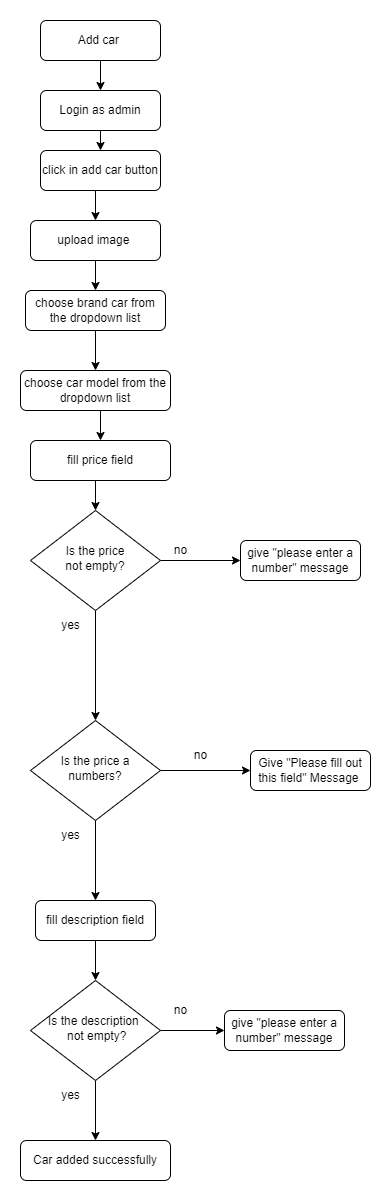
Earlier version of the draw.io export 3- Design/Low-Level-Design/Flow Charts/add car.png (beshoysamehsamaan/Car-Purchasing-App). Source tidied: cells renumbered, new cells last; positions are measured from the earlier drawing's top-left corner, leaving out a move shared by most shapes. Source of this version:
```xml
<mxGraphModel>
  <root>
    <mxCell id="0" />
    <mxCell id="1" parent="0" />
    <mxCell id="2" style="edgeStyle=orthogonalEdgeStyle;rounded=0;jettySize=auto;html=1;exitX=0.5;exitY=1;exitDx=0;exitDy=0;entryX=0.5;entryY=0;entryDx=0;entryDy=0;" parent="1" edge="1" source="3" target="7">
      <mxGeometry relative="1" as="geometry" />
    </mxCell>
    <mxCell id="3" value="Login as admin" style="rounded=1;whiteSpace=wrap;html=1;fontSize=12;glass=0;strokeWidth=1;shadow=0;" parent="1" vertex="1">
      <mxGeometry x="20" y="70" width="120" height="40" as="geometry" />
    </mxCell>
    <mxCell id="4" style="edgeStyle=orthogonalEdgeStyle;rounded=0;jettySize=auto;html=1;exitX=0.5;exitY=1;exitDx=0;exitDy=0;entryX=0.5;entryY=0;entryDx=0;entryDy=0;" parent="1" edge="1" source="5" target="3">
      <mxGeometry relative="1" as="geometry" />
    </mxCell>
    <mxCell id="5" value="Add car&amp;nbsp;" style="rounded=1;whiteSpace=wrap;html=1;fontSize=12;glass=0;strokeWidth=1;shadow=0;" parent="1" vertex="1">
      <mxGeometry x="20" width="120" height="40" as="geometry" />
    </mxCell>
    <mxCell id="6" style="edgeStyle=orthogonalEdgeStyle;rounded=0;jettySize=auto;html=1;exitX=0.5;exitY=1;exitDx=0;exitDy=0;entryX=0.5;entryY=0;entryDx=0;entryDy=0;" parent="1" edge="1" source="7" target="9">
      <mxGeometry relative="1" as="geometry" />
    </mxCell>
    <mxCell id="7" value="click in add car button" style="rounded=1;whiteSpace=wrap;html=1;fontSize=12;glass=0;strokeWidth=1;shadow=0;" parent="1" vertex="1">
      <mxGeometry x="20" y="130" width="120" height="40" as="geometry" />
    </mxCell>
    <mxCell id="8" style="edgeStyle=orthogonalEdgeStyle;rounded=0;jettySize=auto;html=1;exitX=0.5;exitY=1;exitDx=0;exitDy=0;" parent="1" edge="1" source="9" target="11">
      <mxGeometry relative="1" as="geometry" />
    </mxCell>
    <mxCell id="9" value="upload image&amp;nbsp;" style="rounded=1;whiteSpace=wrap;html=1;fontSize=12;glass=0;strokeWidth=1;shadow=0;" parent="1" vertex="1">
      <mxGeometry x="10" y="200" width="130" height="40" as="geometry" />
    </mxCell>
    <mxCell id="10" style="edgeStyle=orthogonalEdgeStyle;rounded=0;jettySize=auto;html=1;exitX=0.5;exitY=1;exitDx=0;exitDy=0;" parent="1" edge="1" source="11" target="13">
      <mxGeometry relative="1" as="geometry" />
    </mxCell>
    <mxCell id="11" value="choose brand car from the dropdown list" style="rounded=1;whiteSpace=wrap;html=1;fontSize=12;glass=0;strokeWidth=1;shadow=0;" parent="1" vertex="1">
      <mxGeometry x="5" y="270" width="140" height="40" as="geometry" />
    </mxCell>
    <mxCell id="12" style="edgeStyle=orthogonalEdgeStyle;rounded=0;jettySize=auto;html=1;exitX=0.5;exitY=1;exitDx=0;exitDy=0;entryX=0.5;entryY=0;entryDx=0;entryDy=0;" parent="1" edge="1" source="13" target="18">
      <mxGeometry relative="1" as="geometry" />
    </mxCell>
    <mxCell id="13" value="choose car model from the dropdown list" style="rounded=1;whiteSpace=wrap;html=1;fontSize=12;glass=0;strokeWidth=1;shadow=0;" parent="1" vertex="1">
      <mxGeometry y="350" width="150" height="40" as="geometry" />
    </mxCell>
    <mxCell id="14" style="edgeStyle=orthogonalEdgeStyle;rounded=0;jettySize=auto;html=1;exitX=0.5;exitY=1;exitDx=0;exitDy=0;entryX=0.5;entryY=0;entryDx=0;entryDy=0;" parent="1" edge="1" source="16" target="28">
      <mxGeometry relative="1" as="geometry" />
    </mxCell>
    <mxCell id="15" style="edgeStyle=orthogonalEdgeStyle;rounded=0;jettySize=auto;html=1;exitX=1;exitY=0.5;exitDx=0;exitDy=0;entryX=0;entryY=0.5;entryDx=0;entryDy=0;" parent="1" edge="1" source="16" target="32">
      <mxGeometry relative="1" as="geometry" />
    </mxCell>
    <mxCell id="16" value="Is the price not&amp;nbsp;empty?" style="rhombus;whiteSpace=wrap;html=1;shadow=0;fontFamily=Helvetica;fontSize=12;align=center;strokeWidth=1;spacing=6;spacingTop=-4;" parent="1" vertex="1">
      <mxGeometry x="10" y="490" width="130" height="100" as="geometry" />
    </mxCell>
    <mxCell id="17" style="edgeStyle=orthogonalEdgeStyle;rounded=0;jettySize=auto;html=1;exitX=0.5;exitY=1;exitDx=0;exitDy=0;entryX=0.5;entryY=0;entryDx=0;entryDy=0;" parent="1" edge="1" source="18" target="16">
      <mxGeometry relative="1" as="geometry" />
    </mxCell>
    <mxCell id="18" value="fill price field" style="rounded=1;whiteSpace=wrap;html=1;fontSize=12;glass=0;strokeWidth=1;shadow=0;" parent="1" vertex="1">
      <mxGeometry x="10" y="420" width="140" height="40" as="geometry" />
    </mxCell>
    <mxCell id="19" style="edgeStyle=orthogonalEdgeStyle;rounded=0;jettySize=auto;html=1;exitX=0.5;exitY=1;exitDx=0;exitDy=0;entryX=0.5;entryY=0;entryDx=0;entryDy=0;" parent="1" edge="1" source="20" target="24">
      <mxGeometry relative="1" as="geometry" />
    </mxCell>
    <mxCell id="20" value="fill description field" style="rounded=1;whiteSpace=wrap;html=1;fontSize=12;glass=0;strokeWidth=1;shadow=0;" parent="1" vertex="1">
      <mxGeometry x="15" y="880" width="120" height="40" as="geometry" />
    </mxCell>
    <mxCell id="21" value="yes" style="text;html=1;align=center;verticalAlign=middle;strokeColor=none;fillColor=none;" parent="1" vertex="1">
      <mxGeometry x="30" y="590" width="40" height="30" as="geometry" />
    </mxCell>
    <mxCell id="22" style="edgeStyle=orthogonalEdgeStyle;rounded=0;jettySize=auto;html=1;exitX=1;exitY=0.5;exitDx=0;exitDy=0;entryX=0;entryY=0.5;entryDx=0;entryDy=0;" parent="1" edge="1" source="24" target="34">
      <mxGeometry relative="1" as="geometry" />
    </mxCell>
    <mxCell id="23" style="edgeStyle=orthogonalEdgeStyle;rounded=0;jettySize=auto;html=1;exitX=0.5;exitY=1;exitDx=0;exitDy=0;entryX=0.5;entryY=0;entryDx=0;entryDy=0;" parent="1" edge="1" source="24" target="25">
      <mxGeometry relative="1" as="geometry" />
    </mxCell>
    <mxCell id="24" value="Is the description&amp;nbsp;&lt;br&gt;&amp;nbsp;not&amp;nbsp;empty?" style="rhombus;whiteSpace=wrap;html=1;shadow=0;fontFamily=Helvetica;fontSize=12;align=center;strokeWidth=1;spacing=6;spacingTop=-4;" parent="1" vertex="1">
      <mxGeometry x="10" y="960" width="130" height="100" as="geometry" />
    </mxCell>
    <mxCell id="25" value="Car added successfully" style="rounded=1;whiteSpace=wrap;html=1;fontSize=12;glass=0;strokeWidth=1;shadow=0;" parent="1" vertex="1">
      <mxGeometry y="1120" width="150" height="40" as="geometry" />
    </mxCell>
    <mxCell id="26" style="edgeStyle=orthogonalEdgeStyle;rounded=0;jettySize=auto;html=1;exitX=0.5;exitY=1;exitDx=0;exitDy=0;entryX=0.5;entryY=0;entryDx=0;entryDy=0;" parent="1" edge="1" source="28" target="20">
      <mxGeometry relative="1" as="geometry" />
    </mxCell>
    <mxCell id="27" style="edgeStyle=orthogonalEdgeStyle;rounded=0;jettySize=auto;html=1;exitX=1;exitY=0.5;exitDx=0;exitDy=0;entryX=0;entryY=0.5;entryDx=0;entryDy=0;" parent="1" edge="1" source="28" target="30">
      <mxGeometry relative="1" as="geometry" />
    </mxCell>
    <mxCell id="28" value="Is the price a numbers?" style="rhombus;whiteSpace=wrap;html=1;shadow=0;fontFamily=Helvetica;fontSize=12;align=center;strokeWidth=1;spacing=6;spacingTop=-4;" parent="1" vertex="1">
      <mxGeometry x="10" y="700" width="130" height="100" as="geometry" />
    </mxCell>
    <mxCell id="29" value="yes" style="text;html=1;align=center;verticalAlign=middle;strokeColor=none;fillColor=none;" parent="1" vertex="1">
      <mxGeometry x="30" y="800" width="40" height="30" as="geometry" />
    </mxCell>
    <mxCell id="30" value="Give &quot;Please fill out this field&quot; Message&amp;nbsp;" style="rounded=1;whiteSpace=wrap;html=1;fontSize=12;glass=0;strokeWidth=1;shadow=0;" parent="1" vertex="1">
      <mxGeometry x="230" y="730" width="120" height="40" as="geometry" />
    </mxCell>
    <mxCell id="31" value="no" style="text;html=1;align=center;verticalAlign=middle;strokeColor=none;fillColor=none;" parent="1" vertex="1">
      <mxGeometry x="160" y="720" width="40" height="30" as="geometry" />
    </mxCell>
    <mxCell id="32" value="give &quot;please enter a number&quot; message" style="rounded=1;whiteSpace=wrap;html=1;fontSize=12;glass=0;strokeWidth=1;shadow=0;" parent="1" vertex="1">
      <mxGeometry x="220" y="520" width="120" height="40" as="geometry" />
    </mxCell>
    <mxCell id="33" value="no" style="text;html=1;align=center;verticalAlign=middle;strokeColor=none;fillColor=none;" parent="1" vertex="1">
      <mxGeometry x="140" y="515" width="40" height="30" as="geometry" />
    </mxCell>
    <mxCell id="34" value="give &quot;please enter a number&quot; message" style="rounded=1;whiteSpace=wrap;html=1;fontSize=12;glass=0;strokeWidth=1;shadow=0;" parent="1" vertex="1">
      <mxGeometry x="204" y="990" width="120" height="40" as="geometry" />
    </mxCell>
    <mxCell id="35" value="no" style="text;html=1;align=center;verticalAlign=middle;strokeColor=none;fillColor=none;" parent="1" vertex="1">
      <mxGeometry x="140" y="975" width="40" height="30" as="geometry" />
    </mxCell>
    <mxCell id="36" value="yes" style="text;html=1;align=center;verticalAlign=middle;strokeColor=none;fillColor=none;" parent="1" vertex="1">
      <mxGeometry x="30" y="1060" width="40" height="30" as="geometry" />
    </mxCell>
  </root>
</mxGraphModel>
```
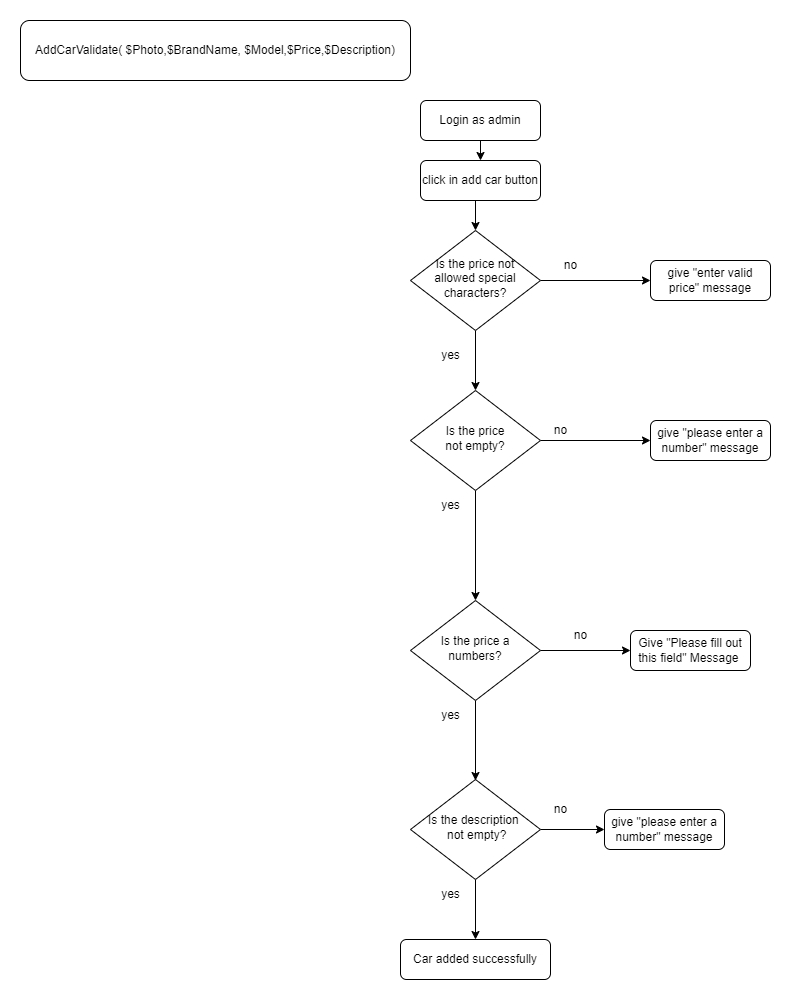
Later version of the same file.

What changed in the source:
```diff
@@ -6,38 +6,16 @@
       <mxGeometry relative="1" as="geometry" />
     </mxCell>
     <mxCell id="3" value="Login as admin" style="rounded=1;whiteSpace=wrap;html=1;fontSize=12;glass=0;strokeWidth=1;shadow=0;" parent="1" vertex="1">
-      <mxGeometry x="20" y="70" width="120" height="40" as="geometry" />
+      <mxGeometry x="20" y="200" width="120" height="40" as="geometry" />
     </mxCell>
-    <mxCell id="4" style="edgeStyle=orthogonalEdgeStyle;rounded=0;jettySize=auto;html=1;exitX=0.5;exitY=1;exitDx=0;exitDy=0;entryX=0.5;entryY=0;entryDx=0;entryDy=0;" parent="1" edge="1" source="5" target="3">
-      <mxGeometry relative="1" as="geometry" />
-    </mxCell>
-    <mxCell id="5" value="Add car&amp;nbsp;" style="rounded=1;whiteSpace=wrap;html=1;fontSize=12;glass=0;strokeWidth=1;shadow=0;" parent="1" vertex="1">
-      <mxGeometry x="20" width="120" height="40" as="geometry" />
-    </mxCell>
-    <mxCell id="6" style="edgeStyle=orthogonalEdgeStyle;rounded=0;jettySize=auto;html=1;exitX=0.5;exitY=1;exitDx=0;exitDy=0;entryX=0.5;entryY=0;entryDx=0;entryDy=0;" parent="1" edge="1" source="7" target="9">
-      <mxGeometry relative="1" as="geometry" />
+    <mxCell id="6" style="edgeStyle=orthogonalEdgeStyle;rounded=0;jettySize=auto;html=1;exitX=0.5;exitY=1;exitDx=0;exitDy=0;entryX=0.5;entryY=0;entryDx=0;entryDy=0;" parent="1" edge="1" source="7">
+      <mxGeometry relative="1" as="geometry">
+        <mxPoint x="75" y="330" as="targetPoint" />
+      </mxGeometry>
     </mxCell>
     <mxCell id="7" value="click in add car button" style="rounded=1;whiteSpace=wrap;html=1;fontSize=12;glass=0;strokeWidth=1;shadow=0;" parent="1" vertex="1">
-      <mxGeometry x="20" y="130" width="120" height="40" as="geometry" />
+      <mxGeometry x="20" y="260" width="120" height="40" as="geometry" />
     </mxCell>
-    <mxCell id="8" style="edgeStyle=orthogonalEdgeStyle;rounded=0;jettySize=auto;html=1;exitX=0.5;exitY=1;exitDx=0;exitDy=0;" parent="1" edge="1" source="9" target="11">
-      <mxGeometry relative="1" as="geometry" />
-    </mxCell>
-    <mxCell id="9" value="upload image&amp;nbsp;" style="rounded=1;whiteSpace=wrap;html=1;fontSize=12;glass=0;strokeWidth=1;shadow=0;" parent="1" vertex="1">
-      <mxGeometry x="10" y="200" width="130" height="40" as="geometry" />
-    </mxCell>
-    <mxCell id="10" style="edgeStyle=orthogonalEdgeStyle;rounded=0;jettySize=auto;html=1;exitX=0.5;exitY=1;exitDx=0;exitDy=0;" parent="1" edge="1" source="11" target="13">
-      <mxGeometry relative="1" as="geometry" />
-    </mxCell>
-    <mxCell id="11" value="choose brand car from the dropdown list" style="rounded=1;whiteSpace=wrap;html=1;fontSize=12;glass=0;strokeWidth=1;shadow=0;" parent="1" vertex="1">
-      <mxGeometry x="5" y="270" width="140" height="40" as="geometry" />
-    </mxCell>
-    <mxCell id="12" style="edgeStyle=orthogonalEdgeStyle;rounded=0;jettySize=auto;html=1;exitX=0.5;exitY=1;exitDx=0;exitDy=0;entryX=0.5;entryY=0;entryDx=0;entryDy=0;" parent="1" edge="1" source="13" target="18">
-      <mxGeometry relative="1" as="geometry" />
-    </mxCell>
-    <mxCell id="13" value="choose car model from the dropdown list" style="rounded=1;whiteSpace=wrap;html=1;fontSize=12;glass=0;strokeWidth=1;shadow=0;" parent="1" vertex="1">
-      <mxGeometry y="350" width="150" height="40" as="geometry" />
-    </mxCell>
     <mxCell id="14" style="edgeStyle=orthogonalEdgeStyle;rounded=0;jettySize=auto;html=1;exitX=0.5;exitY=1;exitDx=0;exitDy=0;entryX=0.5;entryY=0;entryDx=0;entryDy=0;" parent="1" edge="1" source="16" target="28">
       <mxGeometry relative="1" as="geometry" />
     </mxCell>
@@ -47,18 +25,6 @@
     <mxCell id="16" value="Is the price not&amp;nbsp;empty?" style="rhombus;whiteSpace=wrap;html=1;shadow=0;fontFamily=Helvetica;fontSize=12;align=center;strokeWidth=1;spacing=6;spacingTop=-4;" parent="1" vertex="1">
       <mxGeometry x="10" y="490" width="130" height="100" as="geometry" />
     </mxCell>
-    <mxCell id="17" style="edgeStyle=orthogonalEdgeStyle;rounded=0;jettySize=auto;html=1;exitX=0.5;exitY=1;exitDx=0;exitDy=0;entryX=0.5;entryY=0;entryDx=0;entryDy=0;" parent="1" edge="1" source="18" target="16">
-      <mxGeometry relative="1" as="geometry" />
-    </mxCell>
-    <mxCell id="18" value="fill price field" style="rounded=1;whiteSpace=wrap;html=1;fontSize=12;glass=0;strokeWidth=1;shadow=0;" parent="1" vertex="1">
-      <mxGeometry x="10" y="420" width="140" height="40" as="geometry" />
-    </mxCell>
-    <mxCell id="19" style="edgeStyle=orthogonalEdgeStyle;rounded=0;jettySize=auto;html=1;exitX=0.5;exitY=1;exitDx=0;exitDy=0;entryX=0.5;entryY=0;entryDx=0;entryDy=0;" parent="1" edge="1" source="20" target="24">
-      <mxGeometry relative="1" as="geometry" />
-    </mxCell>
-    <mxCell id="20" value="fill description field" style="rounded=1;whiteSpace=wrap;html=1;fontSize=12;glass=0;strokeWidth=1;shadow=0;" parent="1" vertex="1">
-      <mxGeometry x="15" y="880" width="120" height="40" as="geometry" />
-    </mxCell>
     <mxCell id="21" value="yes" style="text;html=1;align=center;verticalAlign=middle;strokeColor=none;fillColor=none;" parent="1" vertex="1">
       <mxGeometry x="30" y="590" width="40" height="30" as="geometry" />
     </mxCell>
@@ -69,13 +35,15 @@
       <mxGeometry relative="1" as="geometry" />
     </mxCell>
     <mxCell id="24" value="Is the description&amp;nbsp;&lt;br&gt;&amp;nbsp;not&amp;nbsp;empty?" style="rhombus;whiteSpace=wrap;html=1;shadow=0;fontFamily=Helvetica;fontSize=12;align=center;strokeWidth=1;spacing=6;spacingTop=-4;" parent="1" vertex="1">
-      <mxGeometry x="10" y="960" width="130" height="100" as="geometry" />
+      <mxGeometry x="10" y="879" width="130" height="100" as="geometry" />
     </mxCell>
     <mxCell id="25" value="Car added successfully" style="rounded=1;whiteSpace=wrap;html=1;fontSize=12;glass=0;strokeWidth=1;shadow=0;" parent="1" vertex="1">
-      <mxGeometry y="1120" width="150" height="40" as="geometry" />
+      <mxGeometry y="1039" width="150" height="40" as="geometry" />
     </mxCell>
-    <mxCell id="26" style="edgeStyle=orthogonalEdgeStyle;rounded=0;jettySize=auto;html=1;exitX=0.5;exitY=1;exitDx=0;exitDy=0;entryX=0.5;entryY=0;entryDx=0;entryDy=0;" parent="1" edge="1" source="28" target="20">
-      <mxGeometry relative="1" as="geometry" />
+    <mxCell id="26" style="edgeStyle=orthogonalEdgeStyle;rounded=0;jettySize=auto;html=1;exitX=0.5;exitY=1;exitDx=0;exitDy=0;entryX=0.5;entryY=0;entryDx=0;entryDy=0;" parent="1" edge="1" source="28">
+      <mxGeometry relative="1" as="geometry">
+        <mxPoint x="75" y="880" as="targetPoint" />
+      </mxGeometry>
     </mxCell>
     <mxCell id="27" style="edgeStyle=orthogonalEdgeStyle;rounded=0;jettySize=auto;html=1;exitX=1;exitY=0.5;exitDx=0;exitDy=0;entryX=0;entryY=0.5;entryDx=0;entryDy=0;" parent="1" edge="1" source="28" target="30">
       <mxGeometry relative="1" as="geometry" />
@@ -93,19 +61,40 @@
       <mxGeometry x="160" y="720" width="40" height="30" as="geometry" />
     </mxCell>
     <mxCell id="32" value="give &quot;please enter a number&quot; message" style="rounded=1;whiteSpace=wrap;html=1;fontSize=12;glass=0;strokeWidth=1;shadow=0;" parent="1" vertex="1">
-      <mxGeometry x="220" y="520" width="120" height="40" as="geometry" />
+      <mxGeometry x="250" y="520" width="120" height="40" as="geometry" />
     </mxCell>
     <mxCell id="33" value="no" style="text;html=1;align=center;verticalAlign=middle;strokeColor=none;fillColor=none;" parent="1" vertex="1">
       <mxGeometry x="140" y="515" width="40" height="30" as="geometry" />
     </mxCell>
     <mxCell id="34" value="give &quot;please enter a number&quot; message" style="rounded=1;whiteSpace=wrap;html=1;fontSize=12;glass=0;strokeWidth=1;shadow=0;" parent="1" vertex="1">
-      <mxGeometry x="204" y="990" width="120" height="40" as="geometry" />
+      <mxGeometry x="204" y="909" width="120" height="40" as="geometry" />
     </mxCell>
     <mxCell id="35" value="no" style="text;html=1;align=center;verticalAlign=middle;strokeColor=none;fillColor=none;" parent="1" vertex="1">
-      <mxGeometry x="140" y="975" width="40" height="30" as="geometry" />
+      <mxGeometry x="140" y="894" width="40" height="30" as="geometry" />
     </mxCell>
     <mxCell id="36" value="yes" style="text;html=1;align=center;verticalAlign=middle;strokeColor=none;fillColor=none;" parent="1" vertex="1">
-      <mxGeometry x="30" y="1060" width="40" height="30" as="geometry" />
+      <mxGeometry x="30" y="979" width="40" height="30" as="geometry" />
     </mxCell>
+    <mxCell id="37" value="AddCarValidate(&amp;nbsp;$Photo,$BrandName, $Model,$Price,$Description)" style="rounded=1;whiteSpace=wrap;html=1;fontSize=12;glass=0;strokeWidth=1;shadow=0;" parent="1" vertex="1">
+      <mxGeometry x="-380" y="120" width="390" height="60" as="geometry" />
+    </mxCell>
+    <mxCell id="38" style="edgeStyle=orthogonalEdgeStyle;rounded=0;jettySize=auto;html=1;exitX=0.5;exitY=1;exitDx=0;exitDy=0;entryX=0.5;entryY=0;entryDx=0;entryDy=0;" parent="1" edge="1" source="40" target="16">
+      <mxGeometry relative="1" as="geometry" />
+    </mxCell>
+    <mxCell id="39" style="edgeStyle=orthogonalEdgeStyle;rounded=0;jettySize=auto;html=1;exitX=1;exitY=0.5;exitDx=0;exitDy=0;entryX=0;entryY=0.5;entryDx=0;entryDy=0;" parent="1" edge="1" source="40" target="42">
+      <mxGeometry relative="1" as="geometry" />
+    </mxCell>
+    <mxCell id="40" value="Is the price not allowed special &lt;br&gt;characters?" style="rhombus;whiteSpace=wrap;html=1;shadow=0;fontFamily=Helvetica;fontSize=12;align=center;strokeWidth=1;spacing=6;spacingTop=-4;" parent="1" vertex="1">
+      <mxGeometry x="10" y="330" width="130" height="100" as="geometry" />
+    </mxCell>
+    <mxCell id="41" value="yes" style="text;html=1;align=center;verticalAlign=middle;strokeColor=none;fillColor=none;" parent="1" vertex="1">
+      <mxGeometry x="30" y="440" width="40" height="30" as="geometry" />
+    </mxCell>
+    <mxCell id="42" value="give &quot;enter valid price&quot; message" style="rounded=1;whiteSpace=wrap;html=1;fontSize=12;glass=0;strokeWidth=1;shadow=0;" parent="1" vertex="1">
+      <mxGeometry x="250" y="360" width="120" height="40" as="geometry" />
+    </mxCell>
+    <mxCell id="43" value="no" style="text;html=1;align=center;verticalAlign=middle;strokeColor=none;fillColor=none;" parent="1" vertex="1">
+      <mxGeometry x="150" y="350" width="40" height="30" as="geometry" />
+    </mxCell>
   </root>
 </mxGraphModel>
```
